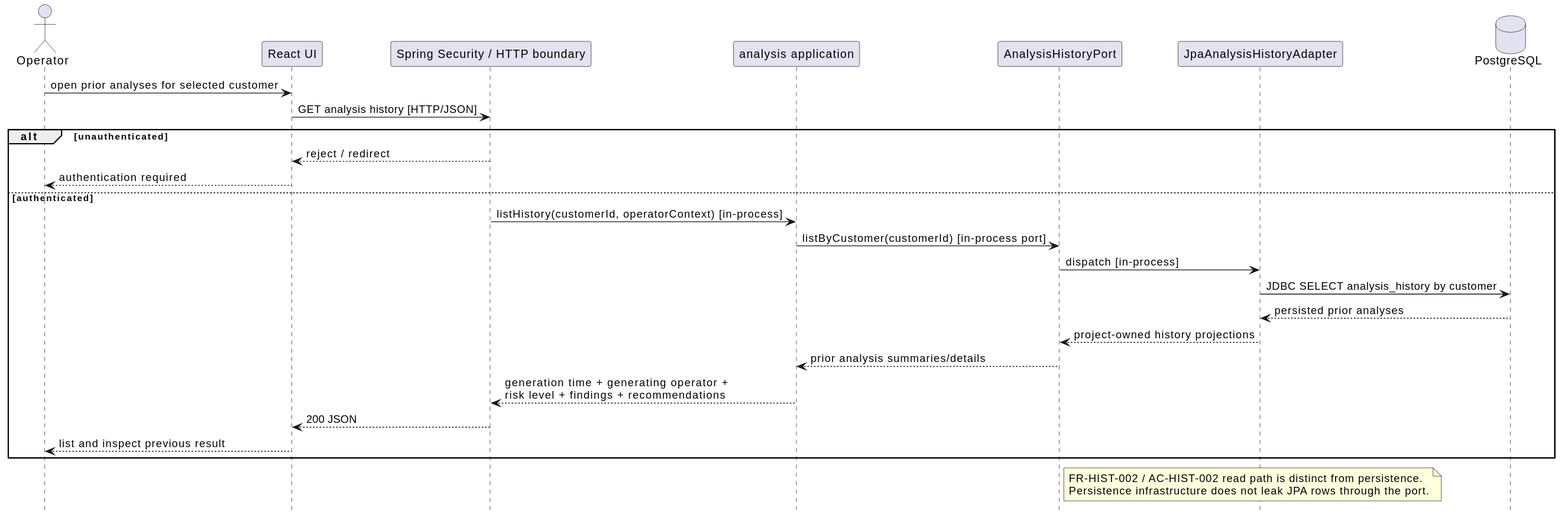
This is docs/assignment/SDD/diagrams/sequence-analysis-history.svg from jdoe-dev-159753/specgraph-reference-app, a PlantUML export, as it was before one commit. The source it was exported from:
```plantuml
@startuml
hide footbox
actor Operator
participant "React UI" as UI
participant "Spring Security / HTTP boundary" as Boundary
participant "analysis application" as Analysis
participant "AnalysisHistoryPort" as History
participant "JpaAnalysisHistoryAdapter" as Jpa
database "PostgreSQL" as DB

Operator -> UI : open prior analyses for selected customer
UI -> Boundary : GET analysis history [HTTP/JSON]
alt unauthenticated
  Boundary --> UI : reject / redirect
  UI --> Operator : authentication required
else authenticated
  Boundary -> Analysis : listHistory(customerId, operatorContext) [in-process]
  Analysis -> History : listByCustomer(customerId) [in-process port]
  History -> Jpa : dispatch [in-process]
  Jpa -> DB : JDBC SELECT analysis_history by customer
  DB --> Jpa : persisted prior analyses
  Jpa --> History : project-owned history projections
  History --> Analysis : prior analysis summaries/details
  Analysis --> Boundary : generation time + generating operator +\nrisk level + findings + recommendations
  Boundary --> UI : 200 JSON
  UI --> Operator : list and inspect previous result
end

note right of History
  FR-HIST-002 / AC-HIST-002 read path is distinct from persistence.
  Persistence infrastructure does not leak JPA rows through the port.
end note
@enduml
```
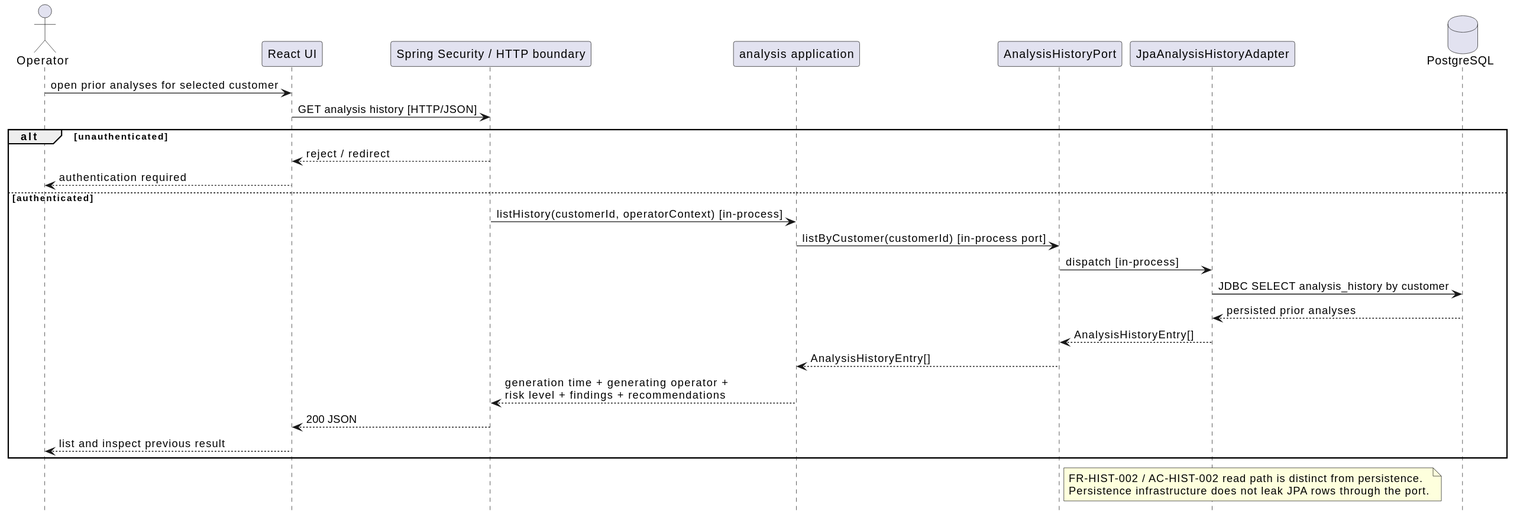
Above is the later version.

Commit message:
docs: align history contract and final SDD views

Diff of the diagram source:
```diff
@@ -19,8 +19,8 @@
   History -> Jpa : dispatch [in-process]
   Jpa -> DB : JDBC SELECT analysis_history by customer
   DB --> Jpa : persisted prior analyses
-  Jpa --> History : project-owned history projections
-  History --> Analysis : prior analysis summaries/details
+  Jpa --> History : AnalysisHistoryEntry[]
+  History --> Analysis : AnalysisHistoryEntry[]
   Analysis --> Boundary : generation time + generating operator +\nrisk level + findings + recommendations
   Boundary --> UI : 200 JSON
   UI --> Operator : list and inspect previous result
```
